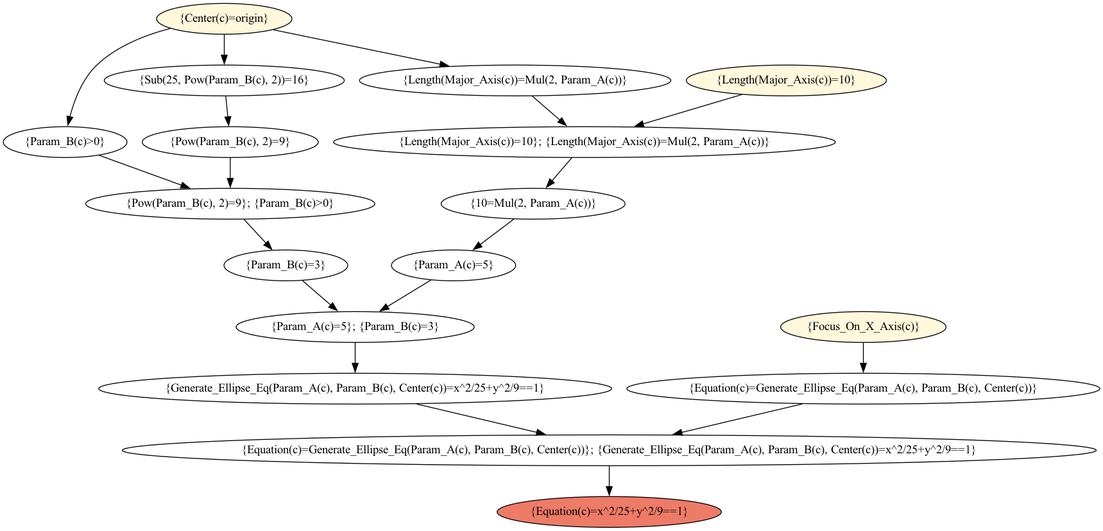
The Graphviz diagram reasoning_engine/solving_process.png in trapped-beast/KE_Reasoning_Engine, before a commit. Its source is kept beside it as reasoning_engine/solving_process.dot.
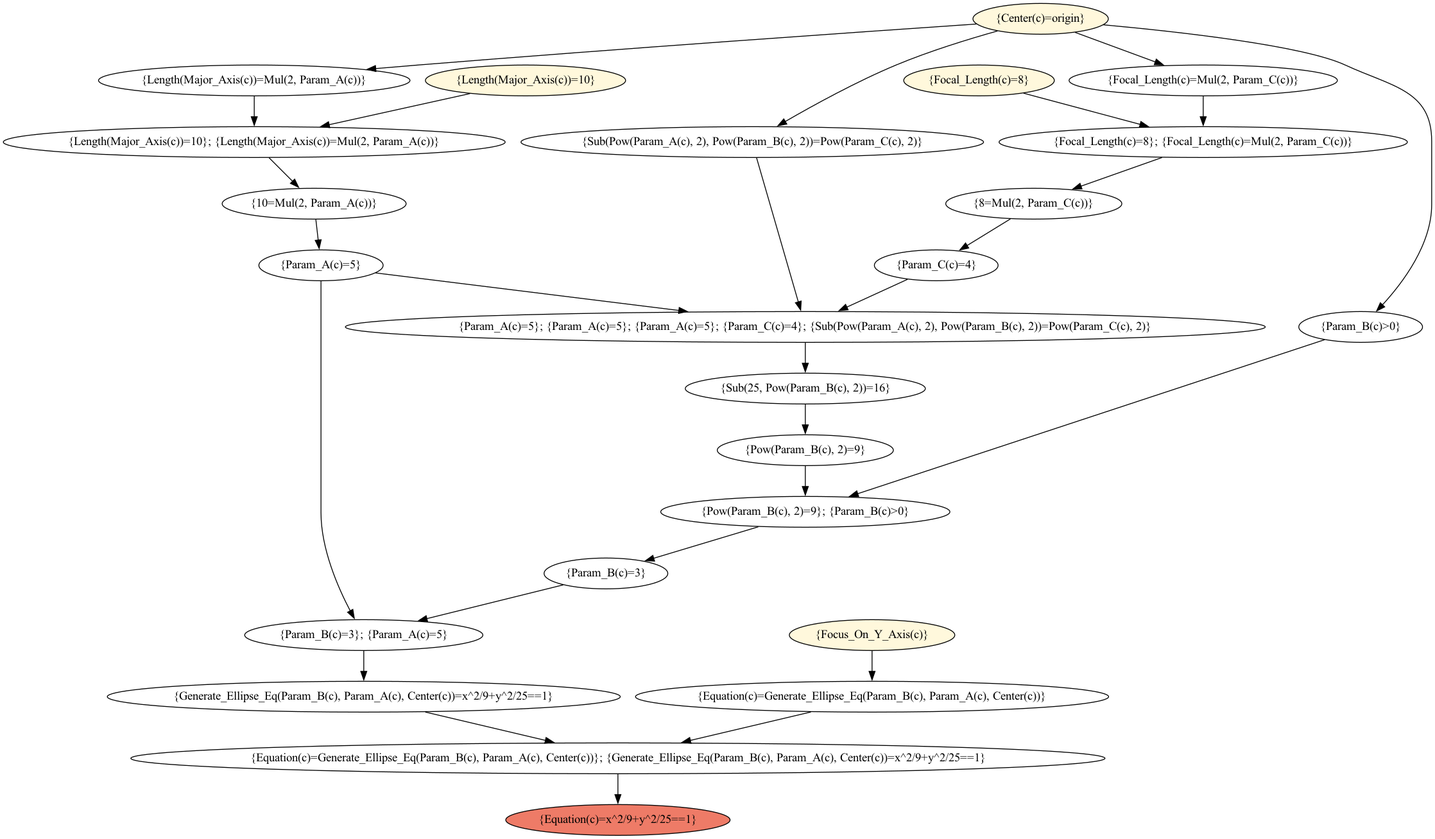
The same diagram one commit later.

Diff of the diagram source:
```diff
@@ -1,85 +1,119 @@
 digraph solving_process {
-	graph [bb="0,0,1281.4,612"];
+	graph [bb="0,0,1669.1,972"];
 	node [label="\N"];
 	"{Center(c)=origin}"	[fillcolor=cornsilk,
 		height=0.5,
-		pos="258.14,594",
+		pos="1212.1,954",
 		style=filled,
 		width=2.2026];
 	"{Param_B(c)>0}"	[height=0.5,
-		pos="72.144,450",
+		pos="1586.1,594",
 		width=2.004];
-	"{Center(c)=origin}" -> "{Param_B(c)>0}"	[pos="e,75.026,468.46 195.04,582.75 165.85,575.2 132.54,562.21 109.14,540 92.178,523.9 82.708,498.85 77.607,479.42"];
-	"{Sub(25, Pow(Param_B(c), 2))=16}"	[height=0.5,
-		pos="258.14,522",
-		width=3.8997];
-	"{Center(c)=origin}" -> "{Sub(25, Pow(Param_B(c), 2))=16}"	[pos="e,258.14,540.1 258.14,575.7 258.14,568.41 258.14,559.73 258.14,551.54"];
+	"{Center(c)=origin}" -> "{Param_B(c)>0}"	[pos="e,1603.7,611.52 1285.4,947 1374.6,938.85 1519.2,922.67 1568.1,900 1622.4,874.83 1669.1,870.83 1669.1,811 1669.1,811 1669.1,811 1669.1,\
+737 1669.1,690.82 1636,646.32 1611.6,619.8"];
+	"{Sub(Pow(Param_A(c), 2), Pow(Param_B(c), 2))=Pow(Param_C(c), 2)}"	[height=0.5,
+		pos="875.12,810",
+		width=7.5104];
+	"{Center(c)=origin}" -> "{Sub(Pow(Param_A(c), 2), Pow(Param_B(c), 2))=Pow(Param_C(c), 2)}"	[pos="e,903.77,828.26 1161.7,939.81 1127.7,930.27 1082,916.23 1043.1,900 997.17,880.81 947.02,853.32 913.59,833.99"];
 	"{Length(Major_Axis(c))=Mul(2, Param_A(c))}"	[height=0.5,
-		pos="598.14,522",
+		pos="293.12,882",
 		width=5.0551];
-	"{Center(c)=origin}" -> "{Length(Major_Axis(c))=Mul(2, Param_A(c))}"	[pos="e,521.76,538.73 315.44,581.2 368.8,570.22 449.12,553.68 510.53,541.04"];
+	"{Center(c)=origin}" -> "{Length(Major_Axis(c))=Mul(2, Param_A(c))}"	[pos="e,423.58,894.89 1137.2,947.94 1005.1,938.95 722.54,919.29 484.12,900 468.22,898.71 451.57,897.31 435.02,895.88"];
+	"{Focal_Length(c)=Mul(2, Param_C(c))}"	[height=0.5,
+		pos="1402.1,882",
+		width=4.351];
+	"{Center(c)=origin}" -> "{Focal_Length(c)=Mul(2, Param_C(c))}"	[pos="e,1356.9,899.66 1252.4,938.15 1279.7,928.11 1316.1,914.71 1346.1,903.63"];
 	"{Pow(Param_B(c), 2)=9}; {Param_B(c)>0}"	[height=0.5,
-		pos="265.14,378",
+		pos="937.12,378",
 		width=4.694];
-	"{Param_B(c)>0}" -> "{Pow(Param_B(c), 2)=9}; {Param_B(c)>0}"	[pos="e,218.88,395.78 111.67,434.67 139.49,424.58 177.15,410.92 208.2,399.65"];
-	"{Pow(Param_B(c), 2)=9}"	[height=0.5,
-		pos="265.14,450",
-		width=2.8525];
-	"{Sub(25, Pow(Param_B(c), 2))=16}" -> "{Pow(Param_B(c), 2)=9}"	[pos="e,263.43,468.1 259.87,503.7 260.6,496.41 261.47,487.73 262.29,479.54"];
+	"{Param_B(c)>0}" -> "{Pow(Param_B(c), 2)=9}; {Param_B(c)>0}"	[pos="e,987.43,395.59 1544,579.12 1432.4,542.32 1128.5,442.12 998.02,399.08"];
+	"{Param_A(c)=5}; {Param_A(c)=5}; {Param_A(c)=5}; {Param_C(c)=4}; {Sub(Pow(Param_A(c), 2), Pow(Param_B(c), 2))=Pow(Param_C(c), 2)}"	[height=0.5,
+		pos="937.12,594",
+		width=14.931];
+	"{Sub(Pow(Param_A(c), 2), Pow(Param_B(c), 2))=Pow(Param_C(c), 2)}" -> "{Param_A(c)=5}; {Param_A(c)=5}; {Param_A(c)=5}; {Param_C(c)=4}; {Sub(Pow(Param_A(c), 2), Pow(Param_B(c), 2))=Pow(Param_C(c), 2)}"	[pos="e,932.13,612.23 880.09,791.85 890.75,755.07 915.89,668.29 928.94,623.24"];
 	"{Length(Major_Axis(c))=10}; {Length(Major_Axis(c))=Mul(2, Param_A(c))}"	[height=0.5,
-		pos="679.14,450",
+		pos="293.12,810",
 		width=8.1423];
-	"{Length(Major_Axis(c))=Mul(2, Param_A(c))}" -> "{Length(Major_Axis(c))=10}; {Length(Major_Axis(c))=Mul(2, Param_A(c))}"	[pos="e,659.07,468.35 618.17,503.7 627.9,495.28 639.78,485.02 650.46,475.79"];
-	"{Focus_On_X_Axis(c)}"	[fillcolor=cornsilk,
+	"{Length(Major_Axis(c))=Mul(2, Param_A(c))}" -> "{Length(Major_Axis(c))=10}; {Length(Major_Axis(c))=Mul(2, Param_A(c))}"	[pos="e,293.12,828.1 293.12,863.7 293.12,856.41 293.12,847.73 293.12,839.54"];
+	"{Focal_Length(c)=8}; {Focal_Length(c)=Mul(2, Param_C(c))}"	[height=0.5,
+		pos="1402.1,810",
+		width=6.6258];
+	"{Focal_Length(c)=Mul(2, Param_C(c))}" -> "{Focal_Length(c)=8}; {Focal_Length(c)=Mul(2, Param_C(c))}"	[pos="e,1402.1,828.1 1402.1,863.7 1402.1,856.41 1402.1,847.73 1402.1,839.54"];
+	"{Focus_On_Y_Axis(c)}"	[fillcolor=cornsilk,
 		height=0.5,
-		pos="1005.1,234",
+		pos="1015.1,234",
 		style=filled,
 		width=2.69];
-	"{Equation(c)=Generate_Ellipse_Eq(Param_A(c), Param_B(c), Center(c))}"	[height=0.5,
-		pos="1005.1,162",
+	"{Equation(c)=Generate_Ellipse_Eq(Param_B(c), Param_A(c), Center(c))}"	[height=0.5,
+		pos="1015.1,162",
 		width=7.6729];
-	"{Focus_On_X_Axis(c)}" -> "{Equation(c)=Generate_Ellipse_Eq(Param_A(c), Param_B(c), Center(c))}"	[pos="e,1005.1,180.1 1005.1,215.7 1005.1,208.41 1005.1,199.73 1005.1,191.54"];
-	"{Equation(c)=Generate_Ellipse_Eq(Param_A(c), Param_B(c), Center(c))}; {Generate_Ellipse_Eq(Param_A(c), Param_B(c), Center(c))=x^\
-2/25+y^2/9==1}"	[height=0.5,
-		pos="708.14,90",
+	"{Focus_On_Y_Axis(c)}" -> "{Equation(c)=Generate_Ellipse_Eq(Param_B(c), Param_A(c), Center(c))}"	[pos="e,1015.1,180.1 1015.1,215.7 1015.1,208.41 1015.1,199.73 1015.1,191.54"];
+	"{Equation(c)=Generate_Ellipse_Eq(Param_B(c), Param_A(c), Center(c))}; {Generate_Ellipse_Eq(Param_B(c), Param_A(c), Center(c))=x^\
+2/9+y^2/25==1}"	[height=0.5,
+		pos="718.12,90",
 		width=15.815];
-	"{Equation(c)=Generate_Ellipse_Eq(Param_A(c), Param_B(c), Center(c))}" -> "{Equation(c)=Generate_Ellipse_Eq(Param_A(c), Param_B(c), Center(c))}; {Generate_Ellipse_Eq(Param_A(c), Param_B(c), Center(c))=x^\
-2/25+y^2/9==1}"	[pos="e,781.62,108.32 933.63,144.14 891.22,134.15 837.24,121.43 792.72,110.93"];
+	"{Equation(c)=Generate_Ellipse_Eq(Param_B(c), Param_A(c), Center(c))}" -> "{Equation(c)=Generate_Ellipse_Eq(Param_B(c), Param_A(c), Center(c))}; {Generate_Ellipse_Eq(Param_B(c), Param_A(c), Center(c))=x^\
+2/9+y^2/25==1}"	[pos="e,791.6,108.32 943.61,144.14 901.2,134.15 847.22,121.43 802.7,110.93"];
+	"{Focal_Length(c)=8}"	[fillcolor=cornsilk,
+		height=0.5,
+		pos="1140.1,882",
+		style=filled,
+		width=2.4373];
+	"{Focal_Length(c)=8}" -> "{Focal_Length(c)=8}; {Focal_Length(c)=Mul(2, Param_C(c))}"	[pos="e,1339.5,827.72 1192.2,867.09 1231.2,856.67 1285,842.28 1328.4,830.68"];
+	"{8=Mul(2, Param_C(c))}"	[height=0.5,
+		pos="1204.1,738",
+		width=2.8525];
+	"{Focal_Length(c)=8}; {Focal_Length(c)=Mul(2, Param_C(c))}" -> "{8=Mul(2, Param_C(c))}"	[pos="e,1248.5,754.67 1353.9,791.97 1325.3,781.84 1288.9,768.96 1259.1,758.43"];
+	"{Param_C(c)=4}"	[height=0.5,
+		pos="1090.1,666",
+		width=2.004];
+	"{8=Mul(2, Param_C(c))}" -> "{Param_C(c)=4}"	[pos="e,1116.4,683.15 1176.8,720.23 1161.7,710.92 1142.6,699.22 1126.2,689.16"];
+	"{Param_C(c)=4}" -> "{Param_A(c)=5}; {Param_A(c)=5}; {Param_A(c)=5}; {Param_C(c)=4}; {Sub(Pow(Param_A(c), 2), Pow(Param_B(c), 2))=Pow(Param_C(c), 2)}"	[pos="e,975.2,612.42 1056.5,649.64 1035.7,640.11 1008.6,627.71 985.5,617.13"];
 	"{Length(Major_Axis(c))=10}"	[fillcolor=cornsilk,
 		height=0.5,
-		pos="915.14,522",
+		pos="610.12,882",
 		style=filled,
 		width=3.2497];
-	"{Length(Major_Axis(c))=10}" -> "{Length(Major_Axis(c))=10}; {Length(Major_Axis(c))=Mul(2, Param_A(c))}"	[pos="e,736.75,468.09 862.77,505.46 828.78,495.38 784.14,482.14 747.38,471.24"];
+	"{Length(Major_Axis(c))=10}" -> "{Length(Major_Axis(c))=10}; {Length(Major_Axis(c))=Mul(2, Param_A(c))}"	[pos="e,369.39,827.84 545.21,866.67 497.61,856.15 432.45,841.77 380.31,830.25"];
 	"{10=Mul(2, Param_A(c))}"	[height=0.5,
-		pos="619.14,378",
+		pos="363.12,738",
 		width=2.9789];
-	"{Length(Major_Axis(c))=10}; {Length(Major_Axis(c))=Mul(2, Param_A(c))}" -> "{10=Mul(2, Param_A(c))}"	[pos="e,633.8,396.1 664.31,431.7 657.34,423.56 648.88,413.69 641.17,404.7"];
+	"{Length(Major_Axis(c))=10}; {Length(Major_Axis(c))=Mul(2, Param_A(c))}" -> "{10=Mul(2, Param_A(c))}"	[pos="e,346.02,756.1 310.43,791.7 318.73,783.39 328.85,773.28 337.98,764.14"];
 	"{Param_A(c)=5}"	[height=0.5,
-		pos="526.14,306",
+		pos="371.12,666",
 		width=2.022];
-	"{10=Mul(2, Param_A(c))}" -> "{Param_A(c)=5}"	[pos="e,548.13,323.55 596.63,360.05 584.78,351.13 570.06,340.06 557.15,330.34"];
-	"{Param_A(c)=5}; {Param_B(c)=3}"	[height=0.5,
-		pos="411.14,234",
+	"{10=Mul(2, Param_A(c))}" -> "{Param_A(c)=5}"	[pos="e,369.17,684.1 365.1,719.7 365.93,712.41 366.93,703.73 367.86,695.54"];
+	"{Param_A(c)=5}" -> "{Param_A(c)=5}; {Param_A(c)=5}; {Param_A(c)=5}; {Param_C(c)=4}; {Sub(Pow(Param_A(c), 2), Pow(Param_B(c), 2))=Pow(Param_C(c), 2)}"	[pos="e,800.77,611.86 434.95,657.11 520.36,646.54 674.38,627.49 789.41,613.27"];
+	"{Param_B(c)=3}; {Param_A(c)=5}"	[height=0.5,
+		pos="421.12,234",
 		width=3.8635];
-	"{Param_A(c)=5}" -> "{Param_A(c)=5}; {Param_B(c)=3}"	[pos="e,439.01,251.96 499.76,288.94 484.57,279.7 465.24,267.93 448.51,257.74"];
-	"{Pow(Param_B(c), 2)=9}" -> "{Pow(Param_B(c), 2)=9}; {Param_B(c)>0}"	[pos="e,265.14,396.1 265.14,431.7 265.14,424.41 265.14,415.73 265.14,407.54"];
+	"{Param_A(c)=5}" -> "{Param_B(c)=3}; {Param_A(c)=5}"	[pos="e,410.76,252.24 371.12,647.51 371.12,620.71 371.12,567.87 371.12,523 371.12,523 371.12,523 371.12,377 371.12,335.05 390.78,289.89 \
+405.44,262.03"];
+	"{Sub(25, Pow(Param_B(c), 2))=16}"	[height=0.5,
+		pos="937.12,522",
+		width=3.8997];
+	"{Param_A(c)=5}; {Param_A(c)=5}; {Param_A(c)=5}; {Param_C(c)=4}; {Sub(Pow(Param_A(c), 2), Pow(Param_B(c), 2))=Pow(Param_C(c), 2)}" -> "{Sub(25, Pow(Param_B(c), 2))=16}"	[pos="e,937.12,540.1 937.12,575.7 937.12,568.41 937.12,559.73 937.12,551.54"];
+	"{Pow(Param_B(c), 2)=9}"	[height=0.5,
+		pos="937.12,450",
+		width=2.8525];
+	"{Sub(25, Pow(Param_B(c), 2))=16}" -> "{Pow(Param_B(c), 2)=9}"	[pos="e,937.12,468.1 937.12,503.7 937.12,496.41 937.12,487.73 937.12,479.54"];
+	"{Pow(Param_B(c), 2)=9}" -> "{Pow(Param_B(c), 2)=9}; {Param_B(c)>0}"	[pos="e,937.12,396.1 937.12,431.7 937.12,424.41 937.12,415.73 937.12,407.54"];
 	"{Param_B(c)=3}"	[height=0.5,
-		pos="330.14,306",
+		pos="704.12,306",
 		width=2.004];
-	"{Pow(Param_B(c), 2)=9}; {Param_B(c)>0}" -> "{Param_B(c)=3}"	[pos="e,314.71,323.62 281.21,359.7 288.96,351.35 298.4,341.18 306.91,332.02"];
-	"{Param_B(c)=3}" -> "{Param_A(c)=5}; {Param_B(c)=3}"	[pos="e,391.24,252.2 349.34,288.41 359.31,279.8 371.68,269.1 382.73,259.55"];
-	"{Generate_Ellipse_Eq(Param_A(c), Param_B(c), Center(c))=x^2/25+y^2/9==1}"	[height=0.5,
-		pos="411.14,162",
+	"{Pow(Param_B(c), 2)=9}; {Param_B(c)>0}" -> "{Param_B(c)=3}"	[pos="e,748.92,320.46 882.2,360.5 845.22,349.39 796.62,334.79 759.54,323.65"];
+	"{Param_B(c)=3}" -> "{Param_B(c)=3}; {Param_A(c)=5}"	[pos="e,483.68,250.47 654.18,292.65 610,281.72 544.94,265.63 494.79,253.22"];
+	"{Generate_Ellipse_Eq(Param_B(c), Param_A(c), Center(c))=x^2/9+y^2/25==1}"	[height=0.5,
+		pos="421.12,162",
 		width=8.3229];
-	"{Param_A(c)=5}; {Param_B(c)=3}" -> "{Generate_Ellipse_Eq(Param_A(c), Param_B(c), Center(c))=x^2/25+y^2/9==1}"	[pos="e,411.14,180.1 411.14,215.7 411.14,208.41 411.14,199.73 411.14,191.54"];
-	"{Generate_Ellipse_Eq(Param_A(c), Param_B(c), Center(c))=x^2/25+y^2/9==1}" -> "{Equation(c)=Generate_Ellipse_Eq(Param_A(c), Param_B(c), Center(c))}; {Generate_Ellipse_Eq(Param_A(c), Param_B(c), Center(c))=x^\
-2/25+y^2/9==1}"	[pos="e,634.59,108.34 483.04,144.05 525.37,134.08 579.15,121.4 623.52,110.94"];
-	"{Equation(c)=x^2/25+y^2/9==1}"	[fillcolor="#ee7b67",
+	"{Param_B(c)=3}; {Param_A(c)=5}" -> "{Generate_Ellipse_Eq(Param_B(c), Param_A(c), Center(c))=x^2/9+y^2/25==1}"	[pos="e,421.12,180.1 421.12,215.7 421.12,208.41 421.12,199.73 421.12,191.54"];
+	"{Generate_Ellipse_Eq(Param_B(c), Param_A(c), Center(c))=x^2/9+y^2/25==1}" -> "{Equation(c)=Generate_Ellipse_Eq(Param_B(c), Param_A(c), Center(c))}; {Generate_Ellipse_Eq(Param_B(c), Param_A(c), Center(c))=x^\
+2/9+y^2/25==1}"	[pos="e,644.57,108.34 493.02,144.05 535.35,134.08 589.13,121.4 633.5,110.94"];
+	"{Equation(c)=x^2/9+y^2/25==1}"	[fillcolor="#ee7b67",
 		height=0.5,
-		pos="708.14,18",
+		pos="718.12,18",
 		style=filled,
 		width=3.6469];
-	"{Equation(c)=Generate_Ellipse_Eq(Param_A(c), Param_B(c), Center(c))}; {Generate_Ellipse_Eq(Param_A(c), Param_B(c), Center(c))=x^\
-2/25+y^2/9==1}" -> "{Equation(c)=x^2/25+y^2/9==1}"	[pos="e,708.14,36.104 708.14,71.697 708.14,64.407 708.14,55.726 708.14,47.536"];
+	"{Equation(c)=Generate_Ellipse_Eq(Param_B(c), Param_A(c), Center(c))}; {Generate_Ellipse_Eq(Param_B(c), Param_A(c), Center(c))=x^\
+2/9+y^2/25==1}" -> "{Equation(c)=x^2/9+y^2/25==1}"	[pos="e,718.12,36.104 718.12,71.697 718.12,64.407 718.12,55.726 718.12,47.536"];
 }
```
